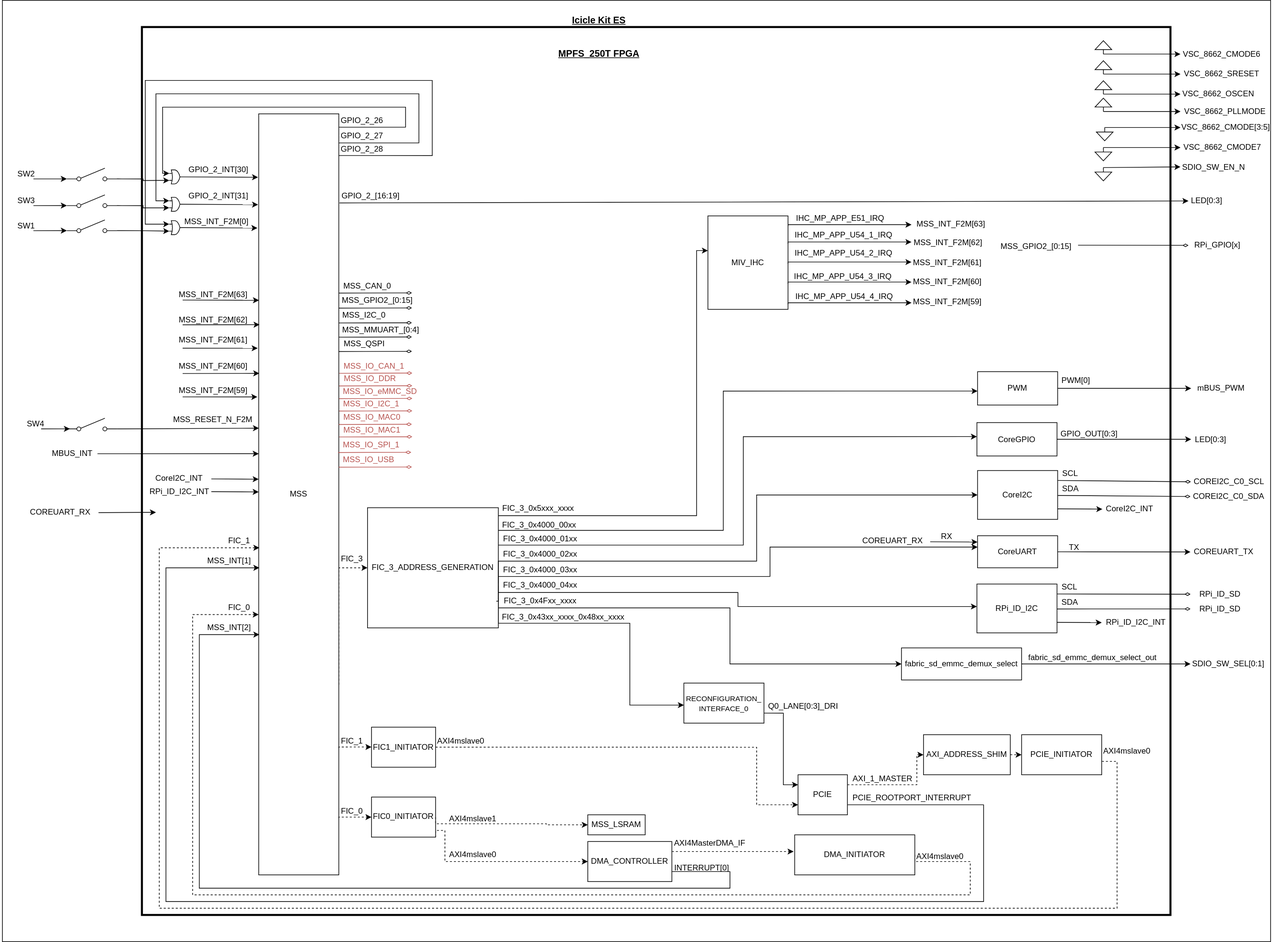
The draw.io diagram diagrams/block_diagram.svg in polarfire-soc/icicle-kit-reference-design, before a commit. Source tidied: cells renumbered, new cells last; positions are measured from the earlier drawing's top-left corner, leaving out a move shared by most shapes.
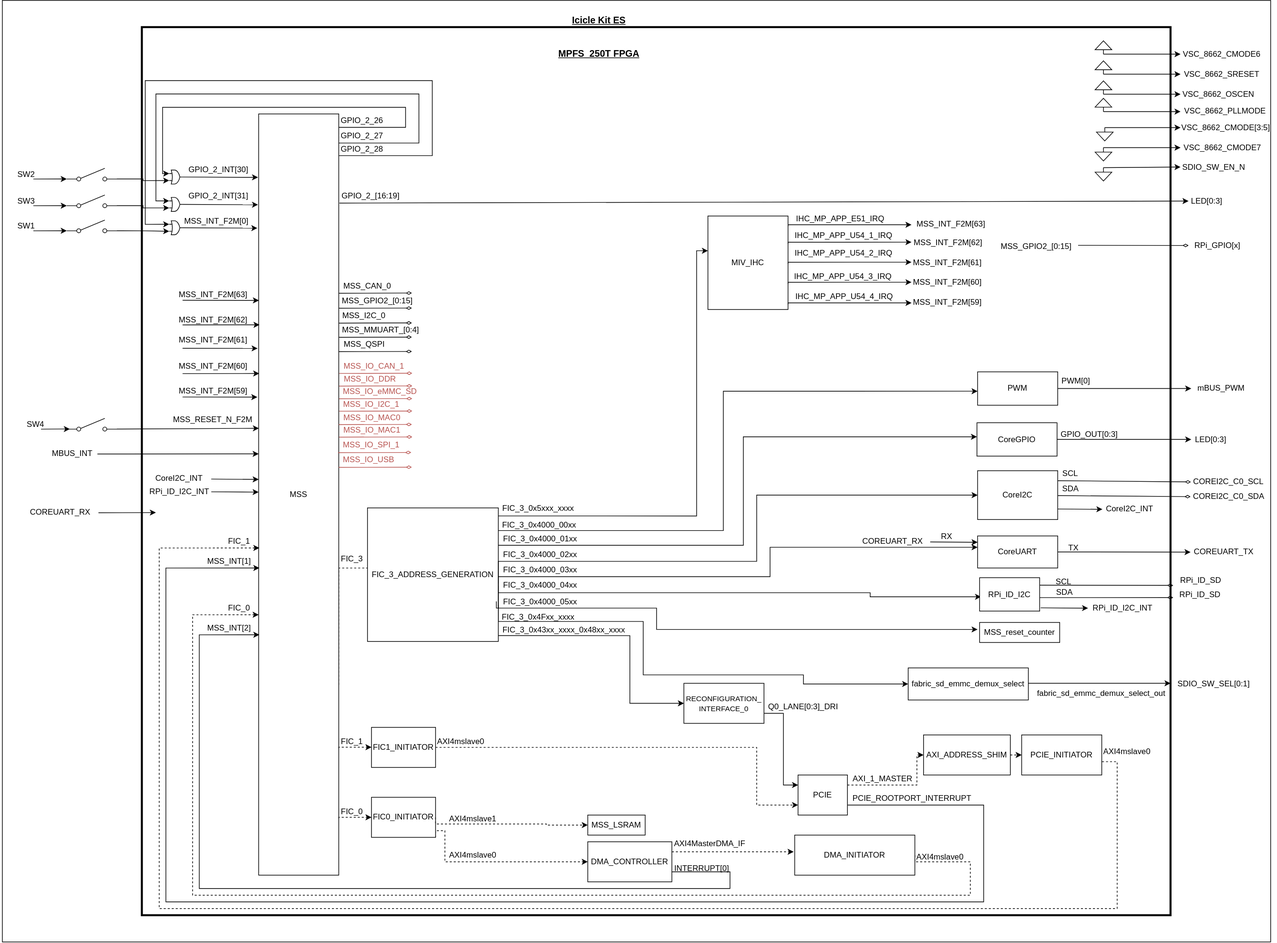
The same diagram one commit later.

Change to the diagram source:
```diff
@@ -42,6 +42,8 @@
       <mxGeometry relative="1" as="geometry">
         <Array as="points">
           <mxPoint x="508" y="850" />
+          <mxPoint x="554" y="850" />
+          <mxPoint x="554" y="860" />
         </Array>
       </mxGeometry>
     </mxCell>
@@ -387,11 +389,13 @@
     <mxCell id="89" value="CoreGPIO" style="rounded=0;whiteSpace=wrap;html=1;" parent="1" vertex="1">
       <mxGeometry x="1464" y="632.5" width="120" height="50" as="geometry" />
     </mxCell>
-    <mxCell id="90" style="edgeStyle=none;rounded=0;jettySize=auto;html=1;exitX=1;exitY=0.5;exitDx=0;exitDy=0;entryX=0;entryY=0.5;entryDx=0;entryDy=0;" parent="1" edge="1" source="91" target="159">
-      <mxGeometry relative="1" as="geometry" />
+    <mxCell id="90" style="edgeStyle=none;rounded=0;jettySize=auto;html=1;exitX=1;exitY=0.5;exitDx=0;exitDy=0;entryX=1;entryY=0;entryDx=0;entryDy=0;" parent="1" edge="1" target="211">
+      <mxGeometry relative="1" as="geometry">
+        <mxPoint x="1538" y="1022.7" as="sourcePoint" />
+      </mxGeometry>
     </mxCell>
     <mxCell id="91" value="fabric_sd_emmc_demux_select" style="rounded=0;whiteSpace=wrap;html=1;" parent="1" vertex="1">
-      <mxGeometry x="1351" y="970" width="180" height="48" as="geometry" />
+      <mxGeometry x="1361" y="999.7" width="180" height="48" as="geometry" />
     </mxCell>
     <mxCell id="92" value="VSC_8662_CMODE[3:5]" style="text;html=1;strokeColor=none;fillColor=none;align=center;verticalAlign=middle;whiteSpace=wrap;rounded=0;" parent="1" vertex="1">
       <mxGeometry x="1769" y="180.5" width="136" height="20" as="geometry" />
@@ -525,17 +529,6 @@
         </Array>
       </mxGeometry>
     </mxCell>
-    <mxCell id="129" style="edgeStyle=orthogonalEdgeStyle;rounded=0;orthogonalLoop=1;jettySize=auto;html=1;exitX=1;exitY=0.75;exitDx=0;exitDy=0;entryX=0;entryY=0.5;entryDx=0;entryDy=0;" parent="1" edge="1">
-      <mxGeometry relative="1" as="geometry">
-        <mxPoint x="747" y="898" as="sourcePoint" />
-        <mxPoint x="1025" y="1055.7" as="targetPoint" />
-        <Array as="points">
-          <mxPoint x="747" y="933" />
-          <mxPoint x="944" y="933" />
-          <mxPoint x="944" y="1056" />
-        </Array>
-      </mxGeometry>
-    </mxCell>
     <mxCell id="130" style="edgeStyle=orthogonalEdgeStyle;rounded=0;orthogonalLoop=1;jettySize=auto;html=1;exitX=1;exitY=0.25;exitDx=0;exitDy=0;entryX=0;entryY=0.5;entryDx=0;entryDy=0;" parent="1" edge="1">
       <mxGeometry relative="1" as="geometry">
         <mxPoint x="747" y="794" as="sourcePoint" />
@@ -567,28 +560,29 @@
         </Array>
       </mxGeometry>
     </mxCell>
-    <mxCell id="133" style="edgeStyle=orthogonalEdgeStyle;rounded=0;orthogonalLoop=1;jettySize=auto;html=1;exitX=1;exitY=0.75;exitDx=0;exitDy=0;" parent="1" edge="1">
+    <mxCell id="133" style="edgeStyle=orthogonalEdgeStyle;rounded=0;jettySize=auto;html=1;exitX=1;exitY=0.75;exitDx=0;exitDy=0;entryX=0.024;entryY=0.572;entryDx=0;entryDy=0;entryPerimeter=0;" parent="1" edge="1" target="207">
       <mxGeometry relative="1" as="geometry">
         <mxPoint x="747" y="877" as="sourcePoint" />
-        <mxPoint x="1464" y="908" as="targetPoint" />
         <Array as="points">
           <mxPoint x="747" y="887" />
-          <mxPoint x="1106" y="887" />
-          <mxPoint x="1106" y="908" />
+          <mxPoint x="1304" y="887" />
+          <mxPoint x="1304" y="893" />
         </Array>
       </mxGeometry>
     </mxCell>
     <mxCell id="134" style="edgeStyle=orthogonalEdgeStyle;rounded=0;jettySize=auto;html=1;exitX=1;exitY=0.75;exitDx=0;exitDy=0;entryX=0;entryY=0.5;entryDx=0;entryDy=0;" parent="1" edge="1" source="135" target="91">
       <mxGeometry relative="1" as="geometry">
         <Array as="points">
-          <mxPoint x="747" y="910" />
-          <mxPoint x="1094" y="910" />
-          <mxPoint x="1094" y="994" />
+          <mxPoint x="747" y="930" />
+          <mxPoint x="964" y="930" />
+          <mxPoint x="964" y="1010" />
+          <mxPoint x="1204" y="1010" />
+          <mxPoint x="1204" y="1024" />
         </Array>
       </mxGeometry>
     </mxCell>
     <mxCell id="135" value="FIC_3_ADDRESS_GENERATION" style="rounded=0;whiteSpace=wrap;html=1;" parent="1" vertex="1">
-      <mxGeometry x="551" y="760" width="196" height="180" as="geometry" />
+      <mxGeometry x="551" y="760" width="196" height="200" as="geometry" />
     </mxCell>
     <mxCell id="136" value="AXI_1_MASTER" style="text;html=1;strokeColor=none;fillColor=none;align=center;verticalAlign=middle;whiteSpace=wrap;rounded=0;" parent="1" vertex="1">
       <mxGeometry x="1285" y="1156" width="76" height="20" as="geometry" />
@@ -694,7 +688,7 @@
       <mxGeometry x="1061" y="322.9" width="120" height="140" as="geometry" />
     </mxCell>
     <mxCell id="159" value="SDIO_SW_SEL[0:1]" style="text;html=1;strokeColor=none;fillColor=none;align=center;verticalAlign=middle;whiteSpace=wrap;rounded=0;" parent="1" vertex="1">
-      <mxGeometry x="1784" y="984" width="114" height="20" as="geometry" />
+      <mxGeometry x="1762" y="1013.7" width="114" height="20" as="geometry" />
     </mxCell>
     <mxCell id="160" value="LED[0:3]" style="text;html=1;strokeColor=none;fillColor=none;align=center;verticalAlign=middle;whiteSpace=wrap;rounded=0;" parent="1" vertex="1">
       <mxGeometry x="1785" y="647.5" width="59" height="20" as="geometry" />
@@ -829,15 +823,24 @@
       <mxGeometry relative="1" as="geometry">
         <mxPoint x="744" y="900" as="sourcePoint" />
         <Array as="points">
-          <mxPoint x="747" y="900" />
+          <mxPoint x="744" y="910" />
+          <mxPoint x="747" y="910" />
           <mxPoint x="747" y="840" />
           <mxPoint x="1134" y="840" />
           <mxPoint x="1134" y="741" />
         </Array>
       </mxGeometry>
     </mxCell>
+    <mxCell id="222" style="edgeStyle=orthogonalEdgeStyle;rounded=0;jettySize=auto;html=1;exitX=0;exitY=0.75;exitDx=0;exitDy=0;entryX=0;entryY=0.5;entryDx=0;entryDy=0;" parent="1" edge="1" source="195" target="29">
+      <mxGeometry relative="1" as="geometry">
+        <Array as="points">
+          <mxPoint x="944" y="951" />
+          <mxPoint x="944" y="1053" />
+        </Array>
+      </mxGeometry>
+    </mxCell>
     <mxCell id="195" value="FIC_3_0x43xx_xxxx_0x48xx_xxxx" style="text;html=1;strokeColor=none;fillColor=none;align=center;verticalAlign=middle;whiteSpace=wrap;rounded=0;" parent="1" vertex="1">
-      <mxGeometry x="746" y="915" width="197" height="18" as="geometry" />
+      <mxGeometry x="747" y="925" width="197" height="35" as="geometry" />
     </mxCell>
     <mxCell id="196" value="FIC_3_0x4000_00xx" style="text;html=1;strokeColor=none;fillColor=none;align=center;verticalAlign=middle;whiteSpace=wrap;rounded=0;" parent="1" vertex="1">
       <mxGeometry x="750" y="778" width="117" height="15" as="geometry" />
@@ -851,48 +854,50 @@
     <mxCell id="199" value="FIC_3_0x4000_03xx" style="text;html=1;strokeColor=none;fillColor=none;align=center;verticalAlign=middle;whiteSpace=wrap;rounded=0;" parent="1" vertex="1">
       <mxGeometry x="750" y="847" width="120" height="12" as="geometry" />
     </mxCell>
-    <mxCell id="200" style="edgeStyle=none;rounded=0;jettySize=auto;html=1;exitX=0.008;exitY=0.952;exitDx=0;exitDy=0;exitPerimeter=0;endArrow=diamondThin;endFill=0;fillColor=#f8cecc;entryX=0;entryY=0.5;entryDx=0;entryDy=0;" parent="1" edge="1" target="204">
+    <mxCell id="200" style="edgeStyle=none;rounded=0;orthogonalLoop=1;jettySize=auto;html=1;exitX=0.008;exitY=0.952;exitDx=0;exitDy=0;exitPerimeter=0;endArrow=diamondThin;endFill=0;fillColor=#f8cecc;entryX=0;entryY=0.5;entryDx=0;entryDy=0;" parent="1" edge="1">
       <mxGeometry relative="1" as="geometry">
-        <mxPoint x="1584" y="889.2" as="sourcePoint" />
+        <mxPoint x="1558" y="875.7" as="sourcePoint" />
+        <mxPoint x="1758" y="876.1" as="targetPoint" />
       </mxGeometry>
     </mxCell>
     <mxCell id="201" value="SDA" style="text;html=1;strokeColor=none;fillColor=none;align=center;verticalAlign=middle;whiteSpace=wrap;rounded=0;" parent="1" vertex="1">
-      <mxGeometry x="1584" y="894.3" width="39" height="15.7" as="geometry" />
+      <mxGeometry x="1575.5" y="879.6" width="39" height="15.7" as="geometry" />
     </mxCell>
     <mxCell id="202" value="SCL" style="text;html=1;strokeColor=none;fillColor=none;align=center;verticalAlign=middle;whiteSpace=wrap;rounded=0;" parent="1" vertex="1">
-      <mxGeometry x="1583" y="870" width="40" height="17.3" as="geometry" />
+      <mxGeometry x="1574.5" y="862.2" width="40" height="17.3" as="geometry" />
     </mxCell>
-    <mxCell id="203" style="edgeStyle=none;rounded=0;jettySize=auto;html=1;exitX=0.008;exitY=0.952;exitDx=0;exitDy=0;exitPerimeter=0;endArrow=diamondThin;endFill=0;fillColor=#f8cecc;entryX=0;entryY=0.5;entryDx=0;entryDy=0;" parent="1" edge="1" target="205">
+    <mxCell id="203" style="edgeStyle=none;rounded=0;orthogonalLoop=1;jettySize=auto;html=1;exitX=0.008;exitY=0.952;exitDx=0;exitDy=0;exitPerimeter=0;endArrow=diamondThin;endFill=0;fillColor=#f8cecc;entryX=0;entryY=0.5;entryDx=0;entryDy=0;" parent="1" edge="1">
       <mxGeometry relative="1" as="geometry">
-        <mxPoint x="1584" y="911.6" as="sourcePoint" />
+        <mxPoint x="1558" y="894.3" as="sourcePoint" />
+        <mxPoint x="1758" y="894.3" as="targetPoint" />
       </mxGeometry>
     </mxCell>
     <mxCell id="204" value="RPi_ID_SD" style="text;html=1;strokeColor=none;fillColor=none;align=center;verticalAlign=middle;whiteSpace=wrap;rounded=0;" parent="1" vertex="1">
-      <mxGeometry x="1784" y="879.6" width="89" height="20" as="geometry" />
+      <mxGeometry x="1755" y="859" width="89" height="20" as="geometry" />
     </mxCell>
     <mxCell id="205" value="RPi_ID_SD" style="text;html=1;strokeColor=none;fillColor=none;align=center;verticalAlign=middle;whiteSpace=wrap;rounded=0;" parent="1" vertex="1">
-      <mxGeometry x="1784" y="901.6" width="89" height="20" as="geometry" />
+      <mxGeometry x="1754" y="880" width="89" height="20" as="geometry" />
     </mxCell>
     <mxCell id="206" style="edgeStyle=none;rounded=0;orthogonalLoop=1;jettySize=auto;html=1;" parent="1" edge="1">
       <mxGeometry relative="1" as="geometry">
-        <mxPoint x="1580" y="931.7" as="sourcePoint" />
-        <mxPoint x="1651" y="932.1" as="targetPoint" />
+        <mxPoint x="1559.5" y="909.7" as="sourcePoint" />
+        <mxPoint x="1630.5" y="910.2" as="targetPoint" />
       </mxGeometry>
     </mxCell>
     <mxCell id="207" value="RPi_ID_I2C" style="rounded=0;whiteSpace=wrap;html=1;" parent="1" vertex="1">
-      <mxGeometry x="1464" y="874.3" width="120" height="73.1" as="geometry" />
+      <mxGeometry x="1468" y="864.6" width="90" height="50" as="geometry" />
     </mxCell>
     <mxCell id="208" value="RPi_ID_I2C_INT" style="text;html=1;strokeColor=none;fillColor=none;align=center;verticalAlign=middle;whiteSpace=wrap;rounded=0;" parent="1" vertex="1">
-      <mxGeometry x="1651" y="927" width="103" height="10" as="geometry" />
+      <mxGeometry x="1631" y="904.6" width="103" height="10" as="geometry" />
     </mxCell>
     <mxCell id="209" value="FIC_3_0x4000_04xx" style="text;html=1;strokeColor=none;fillColor=none;align=center;verticalAlign=middle;whiteSpace=wrap;rounded=0;" parent="1" vertex="1">
       <mxGeometry x="750" y="870" width="120" height="12" as="geometry" />
     </mxCell>
     <mxCell id="210" value="FIC_3_0x4Fxx_xxxx" style="text;html=1;strokeColor=none;fillColor=none;align=center;verticalAlign=middle;whiteSpace=wrap;rounded=0;" parent="1" vertex="1">
-      <mxGeometry x="750" y="894.3" width="120" height="12" as="geometry" />
+      <mxGeometry x="747" y="918" width="120" height="12" as="geometry" />
     </mxCell>
     <mxCell id="211" value="fabric_sd_emmc_demux_select_out" style="text;html=1;strokeColor=none;fillColor=none;align=center;verticalAlign=middle;whiteSpace=wrap;rounded=0;" parent="1" vertex="1">
-      <mxGeometry x="1534" y="970" width="207" height="30" as="geometry" />
+      <mxGeometry x="1547" y="1022.7" width="207" height="30" as="geometry" />
     </mxCell>
     <mxCell id="212" value="RPi_ID_I2C_INT" style="text;html=1;strokeColor=none;fillColor=none;align=center;verticalAlign=middle;whiteSpace=wrap;rounded=0;" parent="1" vertex="1">
       <mxGeometry x="217.5" y="731.2" width="103" height="10" as="geometry" />
@@ -961,5 +966,22 @@
         </Array>
       </mxGeometry>
     </mxCell>
+    <mxCell id="223" value="MSS_reset_counter" style="rounded=0;whiteSpace=wrap;html=1;" parent="1" vertex="1">
+      <mxGeometry x="1468" y="931.6" width="120" height="30" as="geometry" />
+    </mxCell>
+    <mxCell id="224" style="edgeStyle=orthogonalEdgeStyle;rounded=0;orthogonalLoop=1;jettySize=auto;html=1;exitX=0;exitY=0.75;exitDx=0;exitDy=0;entryX=0;entryY=0.5;entryDx=0;entryDy=0;" parent="1" edge="1">
+      <mxGeometry relative="1" as="geometry">
+        <mxPoint x="747" y="905.5" as="sourcePoint" />
+        <mxPoint x="1465" y="942.1" as="targetPoint" />
+        <Array as="points">
+          <mxPoint x="747" y="910" />
+          <mxPoint x="984" y="910" />
+          <mxPoint x="984" y="942" />
+        </Array>
+      </mxGeometry>
+    </mxCell>
+    <mxCell id="225" value="FIC_3_0x4000_05xx" style="text;html=1;strokeColor=none;fillColor=none;align=center;verticalAlign=middle;whiteSpace=wrap;rounded=0;" parent="1" vertex="1">
+      <mxGeometry x="750" y="895.2" width="120" height="12" as="geometry" />
+    </mxCell>
   </root>
 </mxGraphModel>
```
